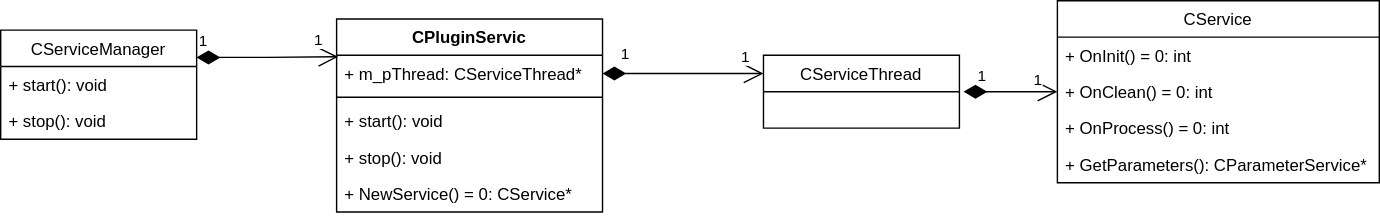
KangLin/RabbitRemoteControl keeps this draw.io diagram as docs/Image/PluginServiceAPI.svg. Above is the earlier version. Source tidied: cells renumbered, new cells last; positions are measured from the earlier drawing's top-left corner, leaving out a move shared by most shapes. Source of this version:
```xml
<mxGraphModel>
  <root>
    <mxCell id="0" />
    <mxCell id="1" parent="0" />
    <mxCell id="2" value="CServiceManager" style="swimlane;fontStyle=0;horizontal=1;startSize=26;fillColor=none;" parent="1" vertex="1">
      <mxGeometry y="21" width="140" height="78" as="geometry" />
    </mxCell>
    <mxCell id="3" value="+ start(): void" style="text;strokeColor=none;fillColor=none;align=left;verticalAlign=top;spacingLeft=4;spacingRight=4;overflow=hidden;" parent="2" vertex="1">
      <mxGeometry y="26" width="140" height="26" as="geometry" />
    </mxCell>
    <mxCell id="4" value="+ stop(): void&#10;" style="text;strokeColor=none;fillColor=none;align=left;verticalAlign=top;spacingLeft=4;spacingRight=4;overflow=hidden;" parent="2" vertex="1">
      <mxGeometry y="52" width="140" height="26" as="geometry" />
    </mxCell>
    <mxCell id="5" value="CService" style="swimlane;fontStyle=0;horizontal=1;startSize=26;fillColor=none;" parent="1" vertex="1">
      <mxGeometry x="755" width="230" height="130" as="geometry" />
    </mxCell>
    <mxCell id="6" value="+ OnInit() = 0: int" style="text;strokeColor=none;fillColor=none;align=left;verticalAlign=top;spacingLeft=4;spacingRight=4;overflow=hidden;" parent="5" vertex="1">
      <mxGeometry y="26" width="230" height="26" as="geometry" />
    </mxCell>
    <mxCell id="7" value="+ OnClean() = 0: int" style="text;strokeColor=none;fillColor=none;align=left;verticalAlign=top;spacingLeft=4;spacingRight=4;overflow=hidden;" parent="5" vertex="1">
      <mxGeometry y="52" width="230" height="26" as="geometry" />
    </mxCell>
    <mxCell id="8" value="+ OnProcess() = 0: int" style="text;strokeColor=none;fillColor=none;align=left;verticalAlign=top;spacingLeft=4;spacingRight=4;overflow=hidden;" parent="5" vertex="1">
      <mxGeometry y="78" width="230" height="26" as="geometry" />
    </mxCell>
    <mxCell id="9" value="+ GetParameters(): CParameterService*" style="text;strokeColor=none;fillColor=none;align=left;verticalAlign=top;spacingLeft=4;spacingRight=4;overflow=hidden;" parent="5" vertex="1">
      <mxGeometry y="104" width="230" height="26" as="geometry" />
    </mxCell>
    <mxCell id="10" value="1" style="endArrow=open;html=1;endSize=12;startArrow=diamondThin;startSize=14;startFill=1;edgeStyle=orthogonalEdgeStyle;align=left;verticalAlign=bottom;rounded=0;exitX=1;exitY=0.25;exitDx=0;exitDy=0;entryX=0.006;entryY=0.196;entryDx=0;entryDy=0;entryPerimeter=0;" parent="1" edge="1" source="2" target="12">
      <mxGeometry x="-1" y="3" relative="1" as="geometry" />
    </mxCell>
    <mxCell id="11" value="1" style="edgeLabel;html=1;align=center;verticalAlign=middle;" parent="10" vertex="1">
      <mxGeometry x="0.71" relative="1" as="geometry">
        <mxPoint y="-13" as="offset" />
      </mxGeometry>
    </mxCell>
    <mxCell id="12" value="CPluginServic" style="swimlane;fontStyle=1;align=center;verticalAlign=top;horizontal=1;startSize=26;" parent="1" vertex="1">
      <mxGeometry x="240" y="13" width="190" height="138" as="geometry" />
    </mxCell>
    <mxCell id="13" value="+ m_pThread: CServiceThread*" style="text;strokeColor=none;fillColor=none;align=left;verticalAlign=top;spacingLeft=4;spacingRight=4;overflow=hidden;points=[[0,0.5],[1,0.5]];portConstraint=eastwest;" parent="12" vertex="1">
      <mxGeometry y="26" width="190" height="26" as="geometry" />
    </mxCell>
    <mxCell id="14" style="line;strokeWidth=1;fillColor=none;align=left;verticalAlign=middle;spacingTop=-1;spacingLeft=3;spacingRight=3;labelPosition=right;" parent="12" vertex="1">
      <mxGeometry y="52" width="190" height="8" as="geometry" />
    </mxCell>
    <mxCell id="15" value="+ start(): void" style="text;strokeColor=none;fillColor=none;align=left;verticalAlign=top;spacingLeft=4;spacingRight=4;overflow=hidden;" parent="12" vertex="1">
      <mxGeometry y="60" width="190" height="26" as="geometry" />
    </mxCell>
    <mxCell id="16" value="+ stop(): void&#10;&#10;&#10;" style="text;strokeColor=none;fillColor=none;align=left;verticalAlign=top;spacingLeft=4;spacingRight=4;overflow=hidden;" parent="12" vertex="1">
      <mxGeometry y="86" width="190" height="26" as="geometry" />
    </mxCell>
    <mxCell id="17" value="+ NewService() = 0: CService*" style="text;strokeColor=none;fillColor=none;align=left;verticalAlign=top;spacingLeft=4;spacingRight=4;overflow=hidden;" parent="12" vertex="1">
      <mxGeometry y="112" width="190" height="26" as="geometry" />
    </mxCell>
    <mxCell id="18" style="edgeStyle=orthogonalEdgeStyle;rounded=0;jettySize=auto;html=1;startArrow=diamondThin;startFill=1;endArrow=open;endFill=0;startSize=14;endSize=12;sourcePerimeterSpacing=3;strokeWidth=1;" parent="1" edge="1" source="21" target="5">
      <mxGeometry relative="1" as="geometry" />
    </mxCell>
    <mxCell id="19" value="1" style="edgeLabel;html=1;align=center;verticalAlign=middle;" parent="18" vertex="1">
      <mxGeometry x="0.83" y="-1" relative="1" as="geometry">
        <mxPoint x="-9" y="-10" as="offset" />
      </mxGeometry>
    </mxCell>
    <mxCell id="20" value="1" style="edgeLabel;html=1;align=center;verticalAlign=middle;" parent="18" vertex="1">
      <mxGeometry x="-0.74" relative="1" as="geometry">
        <mxPoint x="3" y="-12" as="offset" />
      </mxGeometry>
    </mxCell>
    <mxCell id="21" value="CServiceThread" style="swimlane;fontStyle=0;horizontal=1;startSize=26;fillColor=none;" parent="1" vertex="1">
      <mxGeometry x="545" y="39" width="140" height="52" as="geometry" />
    </mxCell>
    <mxCell id="22" style="edgeStyle=orthogonalEdgeStyle;rounded=0;jettySize=auto;html=1;entryX=0;entryY=0.25;entryDx=0;entryDy=0;startArrow=diamondThin;startFill=1;strokeWidth=1;startSize=14;endSize=12;endArrow=open;endFill=0;" parent="1" edge="1" source="13" target="21">
      <mxGeometry relative="1" as="geometry" />
    </mxCell>
    <mxCell id="23" value="1" style="edgeLabel;html=1;align=center;verticalAlign=middle;" parent="22" vertex="1">
      <mxGeometry x="0.76" y="2" relative="1" as="geometry">
        <mxPoint y="-11" as="offset" />
      </mxGeometry>
    </mxCell>
    <mxCell id="24" value="1" style="edgeLabel;html=1;align=center;verticalAlign=middle;" parent="22" vertex="1">
      <mxGeometry x="-0.74" relative="1" as="geometry">
        <mxPoint y="-15" as="offset" />
      </mxGeometry>
    </mxCell>
  </root>
</mxGraphModel>
```
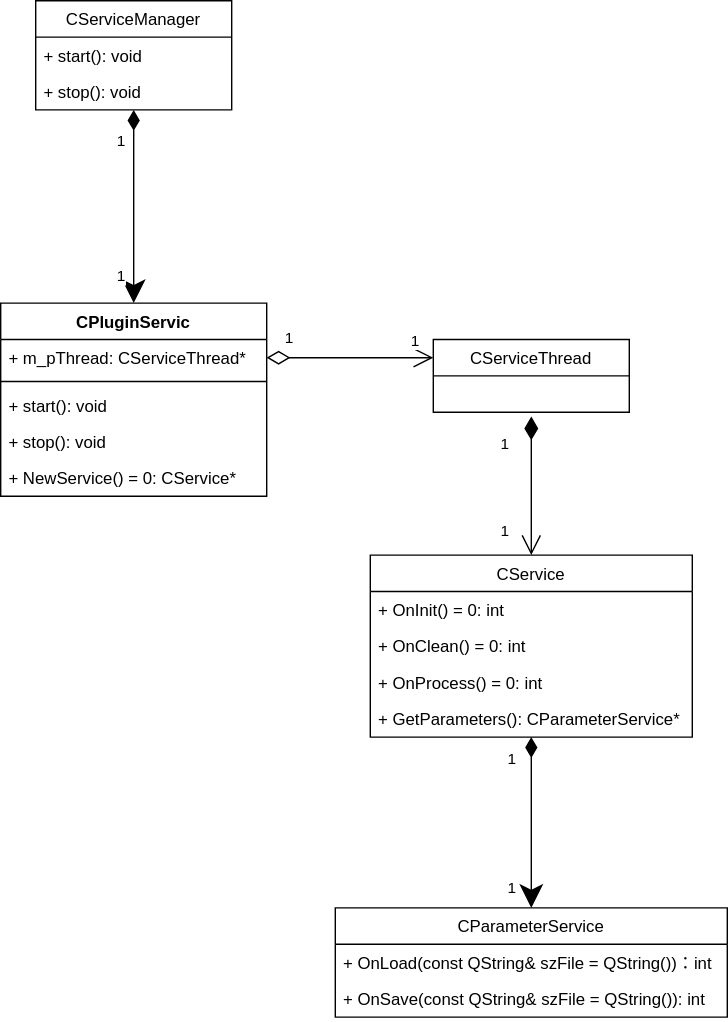
Above is the later version.

What changed in the source:
```diff
@@ -2,17 +2,48 @@
   <root>
     <mxCell id="0" />
     <mxCell id="1" parent="0" />
+    <mxCell id="10" style="edgeStyle=orthogonalEdgeStyle;rounded=0;jettySize=auto;html=1;startArrow=diamondThin;startFill=1;endSize=14;startSize=12;" parent="1" edge="1" source="2" target="12">
+      <mxGeometry relative="1" as="geometry" />
+    </mxCell>
+    <mxCell id="25" value="1" style="edgeLabel;html=1;align=center;verticalAlign=middle;" parent="10" vertex="1">
+      <mxGeometry x="-0.7" relative="1" as="geometry">
+        <mxPoint x="-10" as="offset" />
+      </mxGeometry>
+    </mxCell>
+    <mxCell id="26" value="1" style="edgeLabel;html=1;align=center;verticalAlign=middle;" parent="10" vertex="1">
+      <mxGeometry x="0.71" y="-2" relative="1" as="geometry">
+        <mxPoint x="-8" as="offset" />
+      </mxGeometry>
+    </mxCell>
     <mxCell id="2" value="CServiceManager" style="swimlane;fontStyle=0;horizontal=1;startSize=26;fillColor=none;" parent="1" vertex="1">
       <mxGeometry y="21" width="140" height="78" as="geometry" />
     </mxCell>
     <mxCell id="3" value="+ start(): void" style="text;strokeColor=none;fillColor=none;align=left;verticalAlign=top;spacingLeft=4;spacingRight=4;overflow=hidden;" parent="2" vertex="1">
       <mxGeometry y="26" width="140" height="26" as="geometry" />
     </mxCell>
-    <mxCell id="4" value="+ stop(): void&#10;" style="text;strokeColor=none;fillColor=none;align=left;verticalAlign=top;spacingLeft=4;spacingRight=4;overflow=hidden;" parent="2" vertex="1">
+    <mxCell id="4" value="+ stop(): void" style="text;strokeColor=none;fillColor=none;align=left;verticalAlign=top;spacingLeft=4;spacingRight=4;overflow=hidden;" parent="2" vertex="1">
       <mxGeometry y="52" width="140" height="26" as="geometry" />
     </mxCell>
+    <mxCell id="27" style="edgeStyle=orthogonalEdgeStyle;rounded=0;jettySize=auto;html=1;entryX=0.5;entryY=0;entryDx=0;entryDy=0;startArrow=diamondThin;startFill=1;startSize=12;endSize=14;" parent="1" edge="1" source="5" target="30">
+      <mxGeometry relative="1" as="geometry">
+        <Array as="points">
+          <mxPoint x="354" y="569" />
+          <mxPoint x="354" y="569" />
+        </Array>
+      </mxGeometry>
+    </mxCell>
+    <mxCell id="28" value="&lt;div&gt;1&lt;/div&gt;" style="edgeLabel;html=1;align=center;verticalAlign=middle;" parent="27" vertex="1">
+      <mxGeometry x="0.75" y="-1" relative="1" as="geometry">
+        <mxPoint x="-14" as="offset" />
+      </mxGeometry>
+    </mxCell>
+    <mxCell id="29" value="1" style="edgeLabel;html=1;align=center;verticalAlign=middle;" parent="27" vertex="1">
+      <mxGeometry x="-0.75" y="-4" relative="1" as="geometry">
+        <mxPoint x="-11" as="offset" />
+      </mxGeometry>
+    </mxCell>
     <mxCell id="5" value="CService" style="swimlane;fontStyle=0;horizontal=1;startSize=26;fillColor=none;" parent="1" vertex="1">
-      <mxGeometry x="755" width="230" height="130" as="geometry" />
+      <mxGeometry x="239" y="417" width="230" height="130" as="geometry" />
     </mxCell>
     <mxCell id="6" value="+ OnInit() = 0: int" style="text;strokeColor=none;fillColor=none;align=left;verticalAlign=top;spacingLeft=4;spacingRight=4;overflow=hidden;" parent="5" vertex="1">
       <mxGeometry y="26" width="230" height="26" as="geometry" />
@@ -26,16 +57,8 @@
     <mxCell id="9" value="+ GetParameters(): CParameterService*" style="text;strokeColor=none;fillColor=none;align=left;verticalAlign=top;spacingLeft=4;spacingRight=4;overflow=hidden;" parent="5" vertex="1">
       <mxGeometry y="104" width="230" height="26" as="geometry" />
     </mxCell>
-    <mxCell id="10" value="1" style="endArrow=open;html=1;endSize=12;startArrow=diamondThin;startSize=14;startFill=1;edgeStyle=orthogonalEdgeStyle;align=left;verticalAlign=bottom;rounded=0;exitX=1;exitY=0.25;exitDx=0;exitDy=0;entryX=0.006;entryY=0.196;entryDx=0;entryDy=0;entryPerimeter=0;" parent="1" edge="1" source="2" target="12">
-      <mxGeometry x="-1" y="3" relative="1" as="geometry" />
-    </mxCell>
-    <mxCell id="11" value="1" style="edgeLabel;html=1;align=center;verticalAlign=middle;" parent="10" vertex="1">
-      <mxGeometry x="0.71" relative="1" as="geometry">
-        <mxPoint y="-13" as="offset" />
-      </mxGeometry>
-    </mxCell>
     <mxCell id="12" value="CPluginServic" style="swimlane;fontStyle=1;align=center;verticalAlign=top;horizontal=1;startSize=26;" parent="1" vertex="1">
-      <mxGeometry x="240" y="13" width="190" height="138" as="geometry" />
+      <mxGeometry x="-25" y="237" width="190" height="138" as="geometry" />
     </mxCell>
     <mxCell id="13" value="+ m_pThread: CServiceThread*" style="text;strokeColor=none;fillColor=none;align=left;verticalAlign=top;spacingLeft=4;spacingRight=4;overflow=hidden;points=[[0,0.5],[1,0.5]];portConstraint=eastwest;" parent="12" vertex="1">
       <mxGeometry y="26" width="190" height="26" as="geometry" />
@@ -52,23 +75,23 @@
     <mxCell id="17" value="+ NewService() = 0: CService*" style="text;strokeColor=none;fillColor=none;align=left;verticalAlign=top;spacingLeft=4;spacingRight=4;overflow=hidden;" parent="12" vertex="1">
       <mxGeometry y="112" width="190" height="26" as="geometry" />
     </mxCell>
-    <mxCell id="18" style="edgeStyle=orthogonalEdgeStyle;rounded=0;jettySize=auto;html=1;startArrow=diamondThin;startFill=1;endArrow=open;endFill=0;startSize=14;endSize=12;sourcePerimeterSpacing=3;strokeWidth=1;" parent="1" edge="1" source="21" target="5">
+    <mxCell id="18" style="edgeStyle=orthogonalEdgeStyle;rounded=0;jettySize=auto;html=1;startArrow=diamondThin;startFill=1;endArrow=open;endFill=0;startSize=14;endSize=12;sourcePerimeterSpacing=3;strokeWidth=1;entryX=0.5;entryY=0;entryDx=0;entryDy=0;" parent="1" edge="1" source="21" target="5">
       <mxGeometry relative="1" as="geometry" />
     </mxCell>
     <mxCell id="19" value="1" style="edgeLabel;html=1;align=center;verticalAlign=middle;" parent="18" vertex="1">
       <mxGeometry x="0.83" y="-1" relative="1" as="geometry">
-        <mxPoint x="-9" y="-10" as="offset" />
+        <mxPoint x="-19" y="-10" as="offset" />
       </mxGeometry>
     </mxCell>
     <mxCell id="20" value="1" style="edgeLabel;html=1;align=center;verticalAlign=middle;" parent="18" vertex="1">
       <mxGeometry x="-0.74" relative="1" as="geometry">
-        <mxPoint x="3" y="-12" as="offset" />
+        <mxPoint x="-20" y="6" as="offset" />
       </mxGeometry>
     </mxCell>
     <mxCell id="21" value="CServiceThread" style="swimlane;fontStyle=0;horizontal=1;startSize=26;fillColor=none;" parent="1" vertex="1">
-      <mxGeometry x="545" y="39" width="140" height="52" as="geometry" />
+      <mxGeometry x="284" y="263" width="140" height="52" as="geometry" />
     </mxCell>
-    <mxCell id="22" style="edgeStyle=orthogonalEdgeStyle;rounded=0;jettySize=auto;html=1;entryX=0;entryY=0.25;entryDx=0;entryDy=0;startArrow=diamondThin;startFill=1;strokeWidth=1;startSize=14;endSize=12;endArrow=open;endFill=0;" parent="1" edge="1" source="13" target="21">
+    <mxCell id="22" style="edgeStyle=orthogonalEdgeStyle;rounded=0;jettySize=auto;html=1;entryX=0;entryY=0.25;entryDx=0;entryDy=0;startArrow=diamondThin;startFill=0;strokeWidth=1;startSize=14;endSize=12;endArrow=open;endFill=0;" parent="1" edge="1" source="13" target="21">
       <mxGeometry relative="1" as="geometry" />
     </mxCell>
     <mxCell id="23" value="1" style="edgeLabel;html=1;align=center;verticalAlign=middle;" parent="22" vertex="1">
@@ -81,5 +104,14 @@
         <mxPoint y="-15" as="offset" />
       </mxGeometry>
     </mxCell>
+    <mxCell id="30" value="CParameterService" style="swimlane;fontStyle=0;horizontal=1;startSize=26;fillColor=none;" parent="1" vertex="1">
+      <mxGeometry x="214" y="669" width="280" height="78" as="geometry" />
+    </mxCell>
+    <mxCell id="31" value="+ OnLoad(const QString&amp; szFile = QString())：int" style="text;strokeColor=none;fillColor=none;align=left;verticalAlign=top;spacingLeft=4;spacingRight=4;overflow=hidden;" parent="30" vertex="1">
+      <mxGeometry y="26" width="280" height="26" as="geometry" />
+    </mxCell>
+    <mxCell id="32" value="+ OnSave(const QString&amp; szFile = QString()): int" style="text;strokeColor=none;fillColor=none;align=left;verticalAlign=top;spacingLeft=4;spacingRight=4;overflow=hidden;" parent="30" vertex="1">
+      <mxGeometry y="52" width="280" height="26" as="geometry" />
+    </mxCell>
   </root>
 </mxGraphModel>
```
